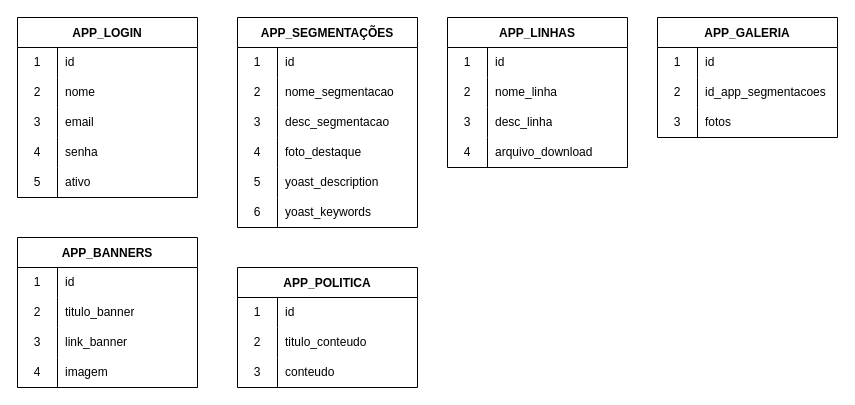
Before: database.drawio in IgorConstant/york, a draw.io diagram. Source tidied: cells renumbered, new cells numbered last; positions are measured from the earlier drawing's top-left corner, leaving out a move shared by most shapes. Both pictures are drawn from the tidied source at 100%, with x=0, y=0 at pixel (17, 17).
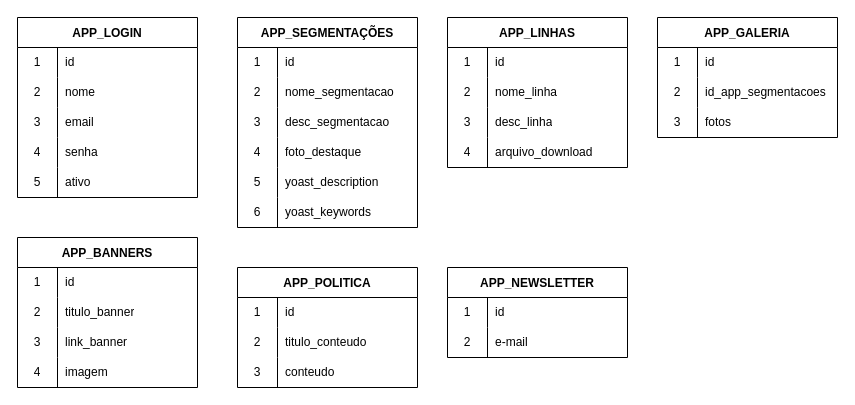
The same page after the edit.

Commit message:
Criação de tabela para Newsletter

Change to the diagram source:
```diff
@@
+    <mxCell id="83" value="APP_NEWSLETTER" style="shape=table;startSize=30;childLayout=tableLayout;rowLines=0;fontStyle=1;" parent="1" vertex="1">
+      <mxGeometry x="430" y="250" width="180" height="90" as="geometry" />
+    </mxCell>
+    <mxCell id="84" style="shape=tableRow;horizontal=0;startSize=0;swimlaneHead=0;swimlaneBody=0;top=0;left=0;bottom=0;right=0;fillColor=none;" parent="83" vertex="1">
+      <mxGeometry y="30" width="180" height="30" as="geometry" />
+    </mxCell>
+    <mxCell id="85" value="1" style="shape=partialRectangle;html=1;whiteSpace=wrap;fillColor=none;top=0;left=0;bottom=0;right=0;overflow=hidden;" parent="84" vertex="1">
+      <mxGeometry width="40" height="30" as="geometry" />
+    </mxCell>
+    <mxCell id="86" value="id" style="shape=partialRectangle;html=1;whiteSpace=wrap;fillColor=none;top=0;left=0;bottom=0;right=0;align=left;spacingLeft=6;overflow=hidden;" parent="84" vertex="1">
+      <mxGeometry x="40" width="140" height="30" as="geometry" />
+    </mxCell>
+    <mxCell id="87" style="shape=tableRow;horizontal=0;startSize=0;swimlaneHead=0;swimlaneBody=0;top=0;left=0;bottom=0;right=0;fillColor=none;" parent="83" vertex="1">
+      <mxGeometry y="60" width="180" height="30" as="geometry" />
+    </mxCell>
+    <mxCell id="88" value="2" style="shape=partialRectangle;html=1;whiteSpace=wrap;fillColor=none;top=0;left=0;bottom=0;right=0;overflow=hidden;" parent="87" vertex="1">
+      <mxGeometry width="40" height="30" as="geometry" />
+    </mxCell>
+    <mxCell id="89" value="e-mail" style="shape=partialRectangle;html=1;whiteSpace=wrap;fillColor=none;top=0;left=0;bottom=0;right=0;align=left;spacingLeft=6;overflow=hidden;" parent="87" vertex="1">
+      <mxGeometry x="40" width="140" height="30" as="geometry" />
+    </mxCell>
```
